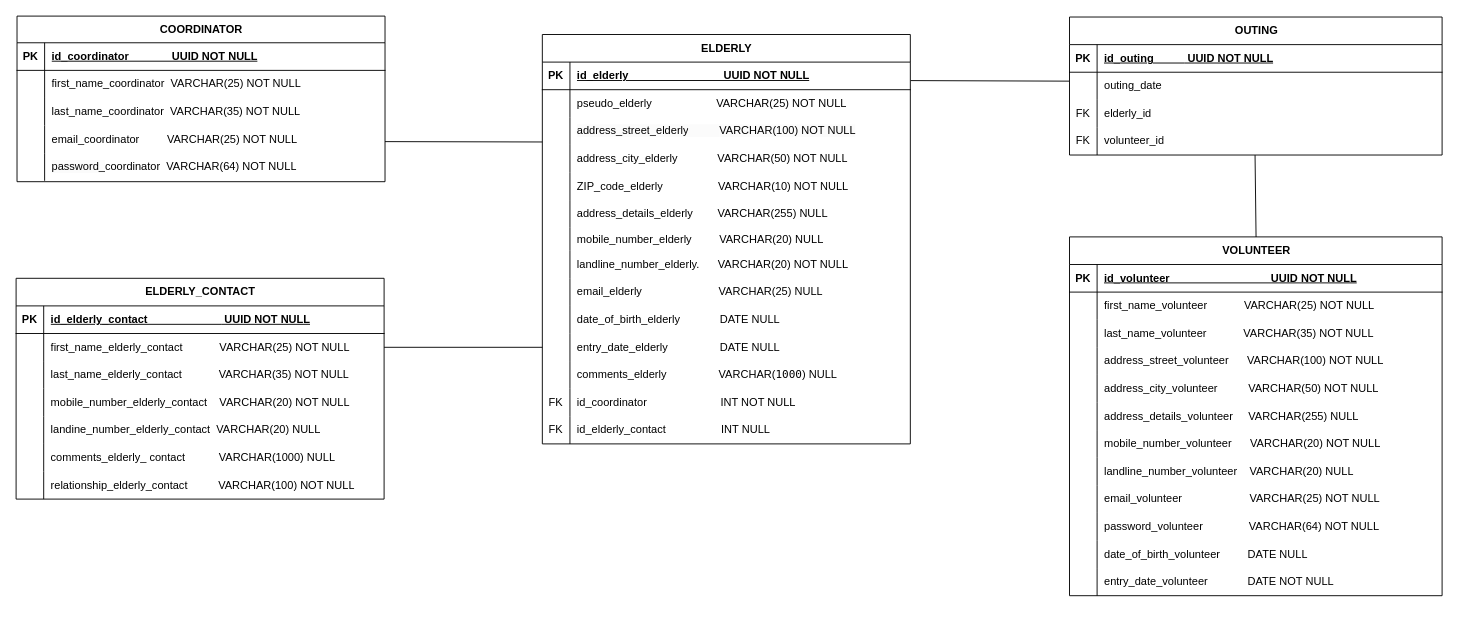
AnneGicquel/MCD_Marche_avec_Eliane keeps this draw.io diagram as page "Page-6" (3 of 5) of MCD_MaE.drawio. Above is the earlier version. Source tidied: cells renumbered, new cells numbered last; positions are measured from the earlier drawing's top-left corner, leaving out a move shared by most shapes. Both pictures are drawn from the tidied source at 92%, with x=0, y=0 at pixel (16, 16).
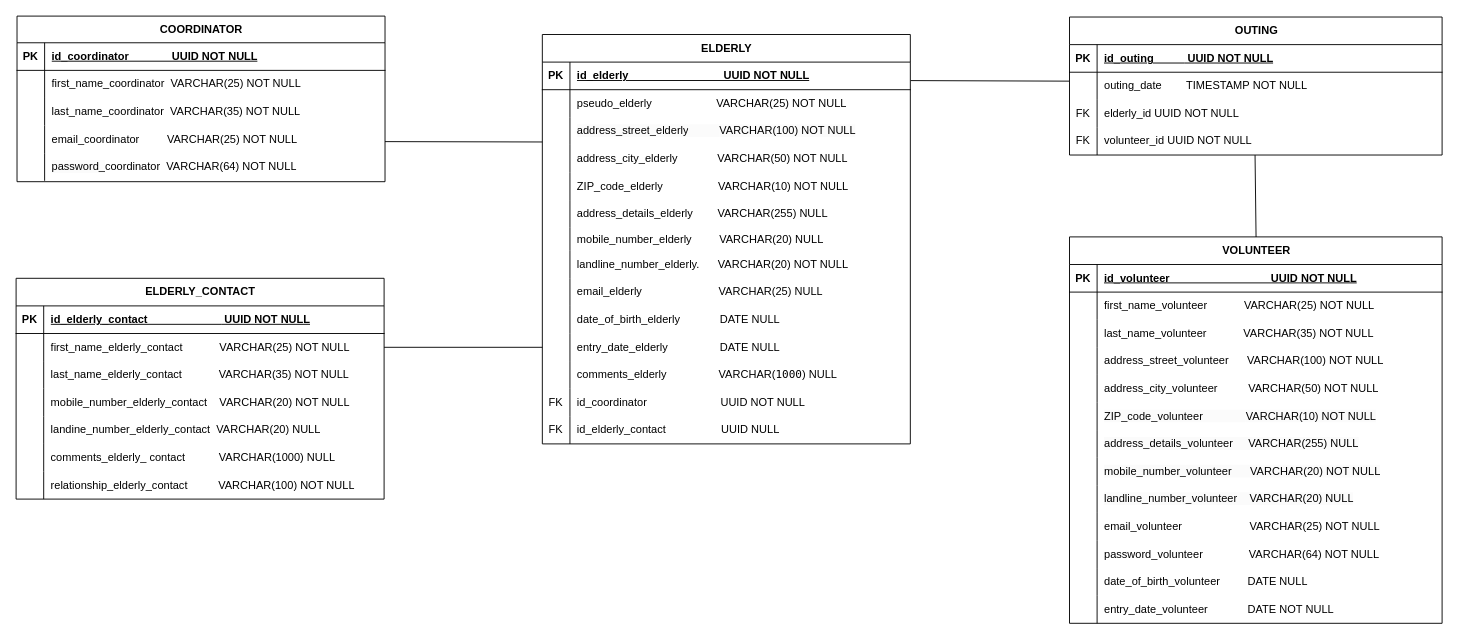
Above is the later version.

The change refers to these unchanged cells:
```xml
<mxCell id="6" style="shape=tableRow;horizontal=0;startSize=0;swimlaneHead=0;swimlaneBody=0;fillColor=none;top=0;left=0;right=0;bottom=0;rounded=0;" parent="2" vertex="1">
  <mxGeometry y="60" width="405" height="30" as="geometry" />
</mxCell>
<mxCell id="9" style="shape=tableRow;horizontal=0;startSize=0;swimlaneHead=0;swimlaneBody=0;fillColor=none;top=0;left=0;right=0;bottom=0;rounded=0;" parent="2" vertex="1">
  <mxGeometry y="90" width="405" height="30" as="geometry" />
</mxCell>
<mxCell id="12" style="shape=tableRow;horizontal=0;startSize=0;swimlaneHead=0;swimlaneBody=0;fillColor=none;points=[[0,0.5],[1,0.5]];portConstraint=eastwest;top=0;left=0;right=0;bottom=0;rounded=0;" parent="2" vertex="1">
  <mxGeometry y="120" width="405" height="30" as="geometry" />
</mxCell>
<mxCell id="74" style="shape=tableRow;horizontal=0;startSize=0;swimlaneHead=0;swimlaneBody=0;fillColor=none;top=0;left=0;right=0;bottom=0;" parent="37" vertex="1">
  <mxGeometry y="385" width="400" height="30" as="geometry" />
</mxCell>
<mxCell id="77" style="shape=tableRow;horizontal=0;startSize=0;swimlaneHead=0;swimlaneBody=0;fillColor=none;top=0;left=0;right=0;bottom=0;" parent="37" vertex="1">
  <mxGeometry y="415" width="400" height="30" as="geometry" />
</mxCell>
<mxCell id="119" style="shape=tableRow;horizontal=0;startSize=0;swimlaneHead=0;swimlaneBody=0;fillColor=none;top=0;left=0;right=0;bottom=0;" parent="103" vertex="1">
  <mxGeometry y="180" width="405" height="30" as="geometry" />
</mxCell>
<mxCell id="122" style="shape=tableRow;horizontal=0;startSize=0;swimlaneHead=0;swimlaneBody=0;fillColor=none;top=0;left=0;right=0;bottom=0;" parent="103" vertex="1">
  <mxGeometry y="210" width="405" height="30" as="geometry" />
</mxCell>
<mxCell id="125" style="shape=tableRow;horizontal=0;startSize=0;swimlaneHead=0;swimlaneBody=0;fillColor=none;top=0;left=0;right=0;bottom=0;" parent="103" vertex="1">
  <mxGeometry y="240" width="405" height="30" as="geometry" />
</mxCell>
<mxCell id="128" style="shape=tableRow;horizontal=0;startSize=0;swimlaneHead=0;swimlaneBody=0;fillColor=none;top=0;left=0;right=0;bottom=0;" parent="103" vertex="1">
  <mxGeometry y="270" width="405" height="30" as="geometry" />
</mxCell>
<mxCell id="131" style="shape=tableRow;horizontal=0;startSize=0;swimlaneHead=0;swimlaneBody=0;fillColor=none;top=0;left=0;right=0;bottom=0;" parent="103" vertex="1">
  <mxGeometry y="300" width="405" height="30" as="geometry" />
</mxCell>
<mxCell id="134" style="shape=tableRow;horizontal=0;startSize=0;swimlaneHead=0;swimlaneBody=0;fillColor=none;top=0;left=0;right=0;bottom=0;" parent="103" vertex="1">
  <mxGeometry y="330" width="405" height="30" as="geometry" />
</mxCell>
<mxCell id="137" style="shape=tableRow;horizontal=0;startSize=0;swimlaneHead=0;swimlaneBody=0;fillColor=none;top=0;left=0;right=0;bottom=0;" parent="103" vertex="1">
  <mxGeometry y="360" width="405" height="30" as="geometry" />
</mxCell>
```

Diff of the diagram source:
```diff
@@
-    <mxCell id="8" value="&lt;span style=&quot;white-space-collapse: preserve;&quot;&gt;outing_date&lt;/span&gt;" style="shape=partialRectangle;fillColor=none;top=0;left=0;bottom=0;right=0;align=left;spacingLeft=6;overflow=hidden;whiteSpace=wrap;html=1;rounded=0;" parent="6" vertex="1">
+    <mxCell id="8" value="&lt;span style=&quot;white-space-collapse: preserve;&quot;&gt;outing_date        &lt;/span&gt;&lt;span class=&quot;hljs-type&quot;&gt;TIMESTAMP&lt;/span&gt;&amp;nbsp;&lt;span class=&quot;hljs-keyword&quot;&gt;NOT&lt;/span&gt; &lt;span class=&quot;hljs-keyword&quot;&gt;NULL&lt;/span&gt;" style="shape=partialRectangle;fillColor=none;top=0;left=0;bottom=0;right=0;align=left;spacingLeft=6;overflow=hidden;whiteSpace=wrap;html=1;rounded=0;" parent="6" vertex="1">
       <mxGeometry x="30" width="375" height="30" as="geometry" />
     </mxCell>
@@
-    <mxCell id="11" value="&lt;span style=&quot;white-space-collapse: preserve;&quot;&gt;elderly_id&lt;/span&gt;" style="shape=partialRectangle;fillColor=none;top=0;left=0;bottom=0;right=0;align=left;spacingLeft=6;overflow=hidden;whiteSpace=wrap;html=1;rounded=0;" parent="9" vertex="1">
+    <mxCell id="11" value="&lt;span style=&quot;white-space-collapse: preserve;&quot;&gt;elderly_id &lt;/span&gt;UUID &lt;span class=&quot;hljs-keyword&quot;&gt;NOT&lt;/span&gt; &lt;span class=&quot;hljs-keyword&quot;&gt;NULL&lt;/span&gt;" style="shape=partialRectangle;fillColor=none;top=0;left=0;bottom=0;right=0;align=left;spacingLeft=6;overflow=hidden;whiteSpace=wrap;html=1;rounded=0;" parent="9" vertex="1">
       <mxGeometry x="30" width="375" height="30" as="geometry" />
     </mxCell>
@@
-    <mxCell id="14" value="&lt;span style=&quot;white-space-collapse: preserve;&quot;&gt;volunteer_id&lt;/span&gt;" style="shape=partialRectangle;fillColor=none;top=0;left=0;bottom=0;right=0;align=left;spacingLeft=6;overflow=hidden;whiteSpace=wrap;html=1;rounded=0;" parent="12" vertex="1">
+    <mxCell id="14" value="&lt;span style=&quot;white-space-collapse: preserve;&quot;&gt;volunteer_id &lt;/span&gt;UUID &lt;span class=&quot;hljs-keyword&quot;&gt;NOT&lt;/span&gt; &lt;span class=&quot;hljs-keyword&quot;&gt;NULL&lt;/span&gt;" style="shape=partialRectangle;fillColor=none;top=0;left=0;bottom=0;right=0;align=left;spacingLeft=6;overflow=hidden;whiteSpace=wrap;html=1;rounded=0;" parent="12" vertex="1">
       <mxGeometry x="30" width="375" height="30" as="geometry" />
     </mxCell>
@@
-    <mxCell id="76" value="id_coordinator&amp;nbsp; &amp;nbsp; &amp;nbsp; &amp;nbsp; &amp;nbsp; &amp;nbsp; &amp;nbsp; &amp;nbsp; &amp;nbsp; &amp;nbsp; &amp;nbsp; &amp;nbsp; INT NOT NULL" style="shape=partialRectangle;fillColor=none;top=0;left=0;bottom=0;right=0;align=left;spacingLeft=6;overflow=hidden;whiteSpace=wrap;html=1;" parent="74" vertex="1">
+    <mxCell id="76" value="id_coordinator&amp;nbsp; &amp;nbsp; &amp;nbsp; &amp;nbsp; &amp;nbsp; &amp;nbsp; &amp;nbsp; &amp;nbsp; &amp;nbsp; &amp;nbsp; &amp;nbsp; &amp;nbsp; UUID &lt;span class=&quot;hljs-keyword&quot;&gt;NOT&lt;/span&gt; &lt;span class=&quot;hljs-keyword&quot;&gt;NULL&lt;/span&gt;" style="shape=partialRectangle;fillColor=none;top=0;left=0;bottom=0;right=0;align=left;spacingLeft=6;overflow=hidden;whiteSpace=wrap;html=1;" parent="74" vertex="1">
       <mxGeometry x="30" width="370" height="30" as="geometry" />
     </mxCell>
@@
-    <mxCell id="79" value="id_elderly_contact&amp;nbsp; &amp;nbsp; &amp;nbsp; &amp;nbsp; &amp;nbsp; &amp;nbsp; &amp;nbsp; &amp;nbsp; &amp;nbsp; INT NULL" style="shape=partialRectangle;fillColor=none;top=0;left=0;bottom=0;right=0;align=left;spacingLeft=6;overflow=hidden;whiteSpace=wrap;html=1;" parent="77" vertex="1">
+    <mxCell id="79" value="id_elderly_contact&amp;nbsp; &amp;nbsp; &amp;nbsp; &amp;nbsp; &amp;nbsp; &amp;nbsp; &amp;nbsp; &amp;nbsp; &amp;nbsp; UUID&amp;nbsp;&lt;span class=&quot;hljs-keyword&quot;&gt;NULL&lt;/span&gt;" style="shape=partialRectangle;fillColor=none;top=0;left=0;bottom=0;right=0;align=left;spacingLeft=6;overflow=hidden;whiteSpace=wrap;html=1;" parent="77" vertex="1">
       <mxGeometry x="30" width="370" height="30" as="geometry" />
     </mxCell>
@@
     <mxCell id="103" value="&lt;span style=&quot;text-align: left; text-wrap: wrap;&quot;&gt;VOLUNTEER&lt;/span&gt;" style="shape=table;startSize=30;childLayout=tableLayout;rowLines=0;fontStyle=1;align=center;html=1;" parent="1" vertex="1">
-      <mxGeometry x="1145" y="240" width="405" height="390" as="geometry" />
+      <mxGeometry x="1145" y="240" width="405" height="420" as="geometry" />
     </mxCell>
@@
-    <mxCell id="121" value="address_details_volunteer&amp;nbsp; &amp;nbsp; &amp;nbsp;VARCHAR(255) NULL" style="shape=partialRectangle;fillColor=none;top=0;left=0;bottom=0;right=0;align=left;spacingLeft=6;overflow=hidden;whiteSpace=wrap;html=1;" parent="119" vertex="1">
+    <mxCell id="121" value="&lt;span style=&quot;color: rgb(0, 0, 0); font-family: Helvetica; font-size: 12px; font-style: normal; font-variant-ligatures: normal; font-variant-caps: normal; font-weight: 400; letter-spacing: normal; orphans: 2; text-align: left; text-indent: 0px; text-transform: none; widows: 2; word-spacing: 0px; -webkit-text-stroke-width: 0px; white-space: normal; background-color: rgb(251, 251, 251); text-decoration-thickness: initial; text-decoration-style: initial; text-decoration-color: initial; display: inline !important; float: none;&quot;&gt;ZIP_code_volunteer&amp;nbsp; &amp;nbsp; &amp;nbsp; &amp;nbsp; &amp;nbsp; &amp;nbsp; &amp;nbsp;&amp;nbsp;&lt;/span&gt;&lt;span style=&quot;forced-color-adjust: none; color: rgb(0, 0, 0); font-family: Helvetica; font-size: 12px; font-style: normal; font-variant-ligatures: normal; font-variant-caps: normal; font-weight: 400; letter-spacing: normal; orphans: 2; text-align: left; text-indent: 0px; text-transform: none; widows: 2; word-spacing: 0px; -webkit-text-stroke-width: 0px; white-space: pre-wrap; background-color: rgb(251, 251, 251); text-decoration-thickness: initial; text-decoration-style: initial; text-decoration-color: initial;&quot;&gt;VARCHAR(10) NOT NULL&lt;/span&gt;" style="shape=partialRectangle;fillColor=none;top=0;left=0;bottom=0;right=0;align=left;spacingLeft=6;overflow=hidden;whiteSpace=wrap;html=1;" parent="119" vertex="1">
       <mxGeometry x="30" width="375" height="30" as="geometry" />
     </mxCell>
@@
-    <mxCell id="124" value="&lt;span style=&quot;white-space-collapse: preserve;&quot;&gt;mobile_number_&lt;/span&gt;volunteer&amp;nbsp; &amp;nbsp; &amp;nbsp; VARCHAR(20) NOT NULL" style="shape=partialRectangle;fillColor=none;top=0;left=0;bottom=0;right=0;align=left;spacingLeft=6;overflow=hidden;whiteSpace=wrap;html=1;" parent="122" vertex="1">
+    <mxCell id="124" value="&lt;span style=&quot;color: rgb(0, 0, 0); font-family: Helvetica; font-size: 12px; font-style: normal; font-variant-ligatures: normal; font-variant-caps: normal; font-weight: 400; letter-spacing: normal; orphans: 2; text-align: left; text-indent: 0px; text-transform: none; widows: 2; word-spacing: 0px; -webkit-text-stroke-width: 0px; white-space: normal; background-color: rgb(251, 251, 251); text-decoration-thickness: initial; text-decoration-style: initial; text-decoration-color: initial; display: inline !important; float: none;&quot;&gt;address_details_volunteer&amp;nbsp; &amp;nbsp; &amp;nbsp;VARCHAR(255) NULL&lt;/span&gt;" style="shape=partialRectangle;fillColor=none;top=0;left=0;bottom=0;right=0;align=left;spacingLeft=6;overflow=hidden;whiteSpace=wrap;html=1;" parent="122" vertex="1">
       <mxGeometry x="30" width="375" height="30" as="geometry" />
     </mxCell>
@@
-    <mxCell id="127" value="&lt;span style=&quot;white-space-collapse: preserve;&quot;&gt;landline_number_&lt;/span&gt;volunteer&amp;nbsp; &amp;nbsp; VARCHAR(20) NULL" style="shape=partialRectangle;fillColor=none;top=0;left=0;bottom=0;right=0;align=left;spacingLeft=6;overflow=hidden;whiteSpace=wrap;html=1;" parent="125" vertex="1">
+    <mxCell id="127" value="&lt;span style=&quot;forced-color-adjust: none; color: rgb(0, 0, 0); font-family: Helvetica; font-size: 12px; font-style: normal; font-variant-ligatures: normal; font-variant-caps: normal; font-weight: 400; letter-spacing: normal; orphans: 2; text-align: left; text-indent: 0px; text-transform: none; widows: 2; word-spacing: 0px; -webkit-text-stroke-width: 0px; white-space: pre-wrap; background-color: rgb(251, 251, 251); text-decoration-thickness: initial; text-decoration-style: initial; text-decoration-color: initial;&quot;&gt;mobile_number_&lt;/span&gt;&lt;span style=&quot;color: rgb(0, 0, 0); font-family: Helvetica; font-size: 12px; font-style: normal; font-variant-ligatures: normal; font-variant-caps: normal; font-weight: 400; letter-spacing: normal; orphans: 2; text-align: left; text-indent: 0px; text-transform: none; widows: 2; word-spacing: 0px; -webkit-text-stroke-width: 0px; white-space: normal; background-color: rgb(251, 251, 251); text-decoration-thickness: initial; text-decoration-style: initial; text-decoration-color: initial; display: inline !important; float: none;&quot;&gt;volunteer&amp;nbsp; &amp;nbsp; &amp;nbsp; VARCHAR(20) NOT NULL&lt;/span&gt;" style="shape=partialRectangle;fillColor=none;top=0;left=0;bottom=0;right=0;align=left;spacingLeft=6;overflow=hidden;whiteSpace=wrap;html=1;" parent="125" vertex="1">
       <mxGeometry x="30" width="375" height="30" as="geometry" />
     </mxCell>
@@
-    <mxCell id="130" value="&lt;span style=&quot;white-space-collapse: preserve;&quot;&gt;email_&lt;/span&gt;volunteer&amp;nbsp; &amp;nbsp; &amp;nbsp; &amp;nbsp; &amp;nbsp; &amp;nbsp; &amp;nbsp; &amp;nbsp; &amp;nbsp; &amp;nbsp; &amp;nbsp; VARCHAR(25) NOT NULL" style="shape=partialRectangle;fillColor=none;top=0;left=0;bottom=0;right=0;align=left;spacingLeft=6;overflow=hidden;whiteSpace=wrap;html=1;" parent="128" vertex="1">
+    <mxCell id="130" value="&lt;span style=&quot;forced-color-adjust: none; color: rgb(0, 0, 0); font-family: Helvetica; font-size: 12px; font-style: normal; font-variant-ligatures: normal; font-variant-caps: normal; font-weight: 400; letter-spacing: normal; orphans: 2; text-align: left; text-indent: 0px; text-transform: none; widows: 2; word-spacing: 0px; -webkit-text-stroke-width: 0px; white-space: pre-wrap; background-color: rgb(251, 251, 251); text-decoration-thickness: initial; text-decoration-style: initial; text-decoration-color: initial;&quot;&gt;landline_number_&lt;/span&gt;&lt;span style=&quot;color: rgb(0, 0, 0); font-family: Helvetica; font-size: 12px; font-style: normal; font-variant-ligatures: normal; font-variant-caps: normal; font-weight: 400; letter-spacing: normal; orphans: 2; text-align: left; text-indent: 0px; text-transform: none; widows: 2; word-spacing: 0px; -webkit-text-stroke-width: 0px; white-space: normal; background-color: rgb(251, 251, 251); text-decoration-thickness: initial; text-decoration-style: initial; text-decoration-color: initial; display: inline !important; float: none;&quot;&gt;volunteer&amp;nbsp; &amp;nbsp; VARCHAR(20) NULL&lt;/span&gt;" style="shape=partialRectangle;fillColor=none;top=0;left=0;bottom=0;right=0;align=left;spacingLeft=6;overflow=hidden;whiteSpace=wrap;html=1;" parent="128" vertex="1">
       <mxGeometry x="30" width="375" height="30" as="geometry" />
     </mxCell>
@@
-    <mxCell id="133" value="&lt;span style=&quot;white-space-collapse: preserve;&quot;&gt;password_&lt;/span&gt;volunteer&amp;nbsp; &amp;nbsp; &amp;nbsp; &amp;nbsp; &amp;nbsp; &amp;nbsp; &amp;nbsp; &amp;nbsp;VARCHAR(64) NOT NULL" style="shape=partialRectangle;fillColor=none;top=0;left=0;bottom=0;right=0;align=left;spacingLeft=6;overflow=hidden;whiteSpace=wrap;html=1;" parent="131" vertex="1">
+    <mxCell id="133" value="&lt;span style=&quot;white-space-collapse: preserve;&quot;&gt;email_&lt;/span&gt;volunteer&amp;nbsp; &amp;nbsp; &amp;nbsp; &amp;nbsp; &amp;nbsp; &amp;nbsp; &amp;nbsp; &amp;nbsp; &amp;nbsp; &amp;nbsp; &amp;nbsp; VARCHAR(25) NOT NULL" style="shape=partialRectangle;fillColor=none;top=0;left=0;bottom=0;right=0;align=left;spacingLeft=6;overflow=hidden;whiteSpace=wrap;html=1;" parent="131" vertex="1">
       <mxGeometry x="30" width="375" height="30" as="geometry" />
     </mxCell>
@@
-    <mxCell id="136" value="&lt;span style=&quot;white-space-collapse: preserve;&quot;&gt;date_of_birth_&lt;/span&gt;volunteer&amp;nbsp; &amp;nbsp; &amp;nbsp; &amp;nbsp; &amp;nbsp;DATE NULL" style="shape=partialRectangle;fillColor=none;top=0;left=0;bottom=0;right=0;align=left;spacingLeft=6;overflow=hidden;whiteSpace=wrap;html=1;" parent="134" vertex="1">
+    <mxCell id="136" value="&lt;span style=&quot;white-space-collapse: preserve;&quot;&gt;password_&lt;/span&gt;volunteer&amp;nbsp; &amp;nbsp; &amp;nbsp; &amp;nbsp; &amp;nbsp; &amp;nbsp; &amp;nbsp; &amp;nbsp;VARCHAR(64) NOT NULL" style="shape=partialRectangle;fillColor=none;top=0;left=0;bottom=0;right=0;align=left;spacingLeft=6;overflow=hidden;whiteSpace=wrap;html=1;" parent="134" vertex="1">
       <mxGeometry x="30" width="375" height="30" as="geometry" />
     </mxCell>
@@
-    <mxCell id="139" value="&lt;span style=&quot;white-space-collapse: preserve;&quot;&gt;entry_date_volunteer             &lt;/span&gt;DATE NOT NULL" style="shape=partialRectangle;fillColor=none;top=0;left=0;bottom=0;right=0;align=left;spacingLeft=6;overflow=hidden;whiteSpace=wrap;html=1;" parent="137" vertex="1">
+    <mxCell id="139" value="&lt;span style=&quot;white-space-collapse: preserve;&quot;&gt;date_of_birth_&lt;/span&gt;volunteer&amp;nbsp; &amp;nbsp; &amp;nbsp; &amp;nbsp; &amp;nbsp;DATE NULL" style="shape=partialRectangle;fillColor=none;top=0;left=0;bottom=0;right=0;align=left;spacingLeft=6;overflow=hidden;whiteSpace=wrap;html=1;" parent="137" vertex="1">
       <mxGeometry x="30" width="375" height="30" as="geometry" />
     </mxCell>
+    <mxCell id="141" style="shape=tableRow;horizontal=0;startSize=0;swimlaneHead=0;swimlaneBody=0;fillColor=none;top=0;left=0;right=0;bottom=0;" parent="103" vertex="1">
+      <mxGeometry y="390" width="405" height="30" as="geometry" />
+    </mxCell>
+    <mxCell id="142" style="shape=partialRectangle;fillColor=none;top=0;left=0;bottom=0;right=0;overflow=hidden;whiteSpace=wrap;html=1;" parent="141" vertex="1">
+      <mxGeometry width="30" height="30" as="geometry" />
+    </mxCell>
+    <mxCell id="143" value="&lt;span style=&quot;white-space-collapse: preserve;&quot;&gt;entry_date_volunteer             &lt;/span&gt;DATE NOT NULL" style="shape=partialRectangle;fillColor=none;top=0;left=0;bottom=0;right=0;align=left;spacingLeft=6;overflow=hidden;whiteSpace=wrap;html=1;" parent="141" vertex="1">
+      <mxGeometry x="30" width="375" height="30" as="geometry" />
+    </mxCell>
```
